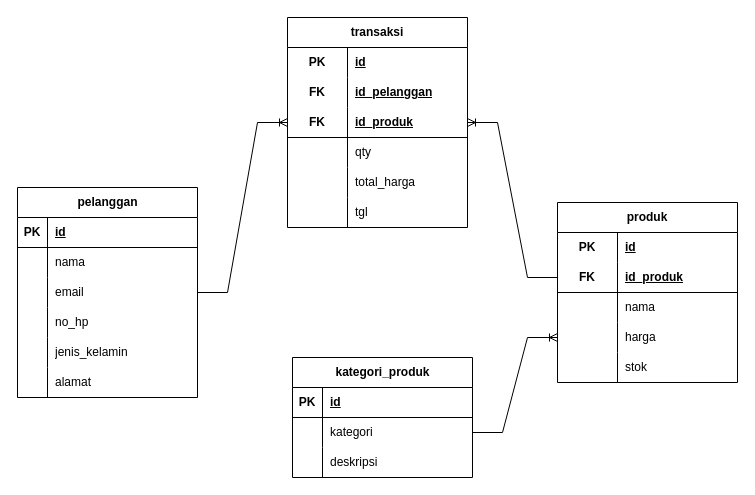
The draw.io diagram desain db online retail.drawio in muhammadaafiff/online-retail-database, before the edit. Source tidied: cells renumbered, new cells numbered last; positions are measured from the earlier drawing's top-left corner, leaving out a move shared by most shapes. Both pictures are drawn from the tidied source at 100%, with x=0, y=0 at pixel (17, 17).
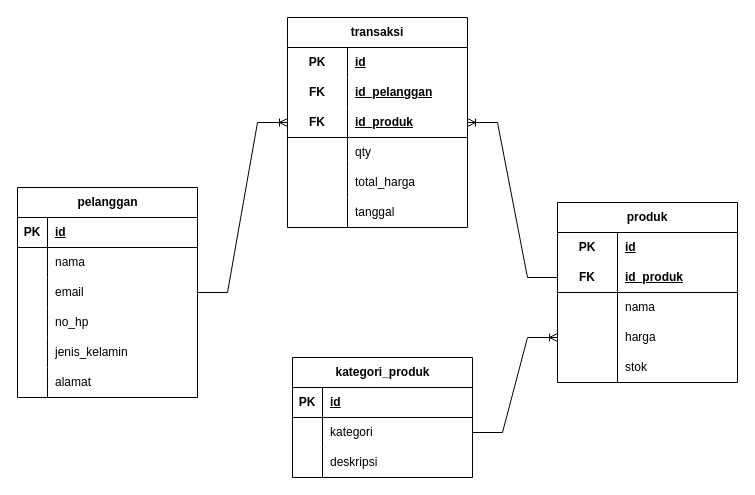
After the change.

Commit message (it also covers changes not shown here):
membuat tabel transaksi

Unchanged cells that the change refers to:
```xml
<mxCell id="37" style="shape=tableRow;horizontal=0;startSize=0;swimlaneHead=0;swimlaneBody=0;fillColor=none;top=0;left=0;right=0;bottom=0;html=1;" parent="21" vertex="1">
  <mxGeometry y="180" width="180" height="30" as="geometry" />
</mxCell>
```

The edit, as a diff of the source:
```diff
@@
-    <mxCell id="39" value="tgl" style="shape=partialRectangle;fillColor=none;top=0;left=0;bottom=0;right=0;align=left;spacingLeft=6;overflow=hidden;html=1;whiteSpace=wrap;" parent="37" vertex="1">
+    <mxCell id="39" value="tanggal" style="shape=partialRectangle;fillColor=none;top=0;left=0;bottom=0;right=0;align=left;spacingLeft=6;overflow=hidden;html=1;whiteSpace=wrap;" parent="37" vertex="1">
       <mxGeometry x="60" width="120" height="30" as="geometry" />
     </mxCell>
```
